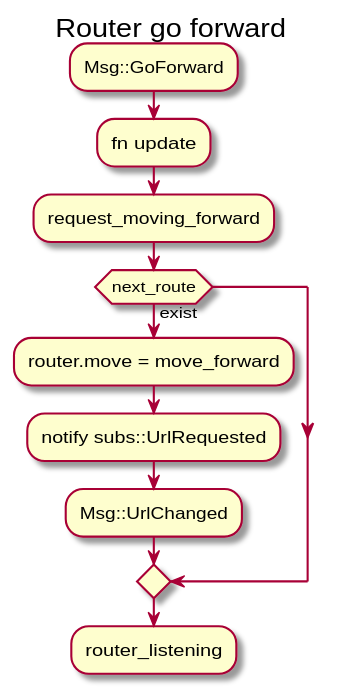
Above: assets/router_go_forward.svg in arn-the-long-beard/seed-routing (PlantUML), before the change.
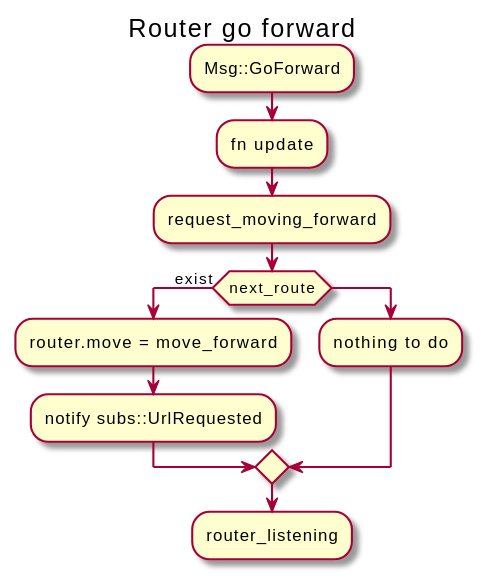
The same file after the commit.

Commit message:
doc: updated router go back and forward uml

What changed in the source:
```diff
@@ -1,4 +1,5 @@
 @startuml
+
 title Router go forward
 
 :Msg::GoForward;
@@ -10,7 +11,8 @@
 if(next_route) then (exist)
     :router.move = move_forward;
     :notify subs::UrlRequested;
-    :Msg::UrlChanged;
+else
+:nothing to do;
 endif
 :router_listening;
 @enduml
```
